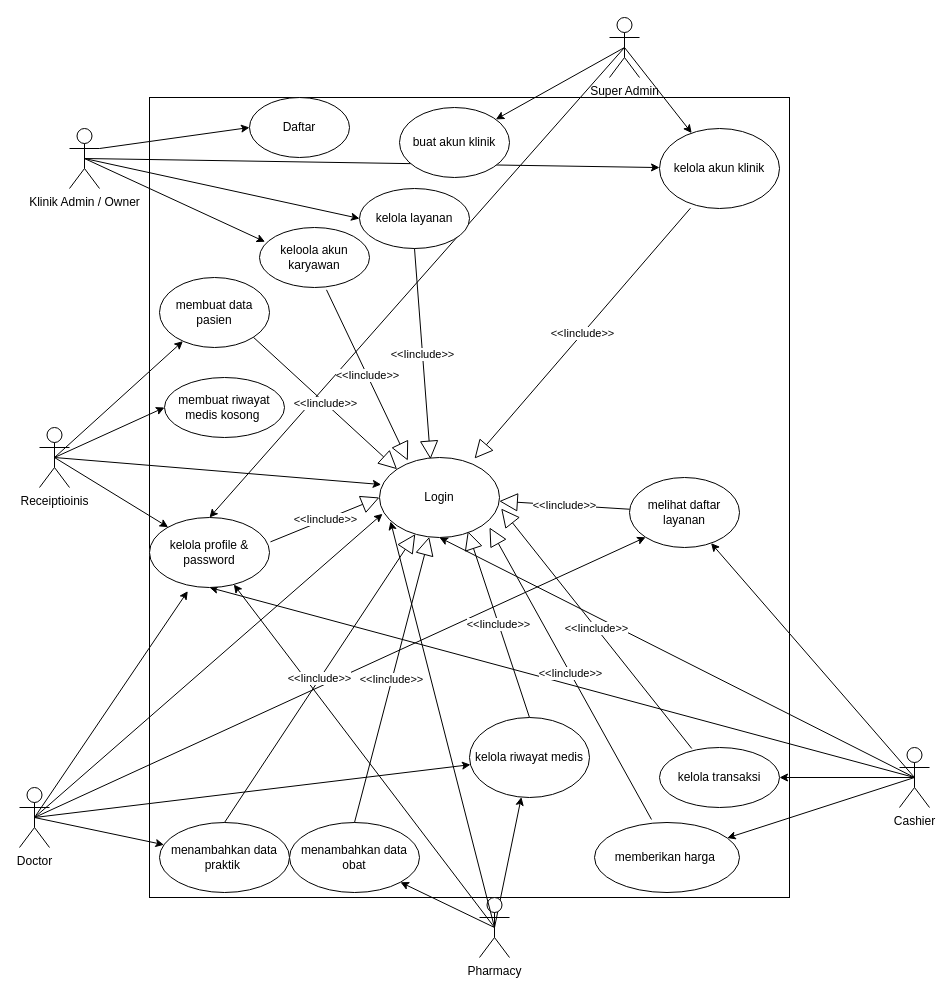
Above: page "use-case" (2 of 9) of klinik-use-case-diagram.drawio in rrahmatn/dfd_erd_uml (draw.io), before the change. Source tidied: cells renumbered, new cells numbered last; positions are measured from the earlier drawing's top-left corner, leaving out a move shared by most shapes. Both pictures are drawn from the tidied source at 100%, with x=0, y=0 at pixel (19, 17).
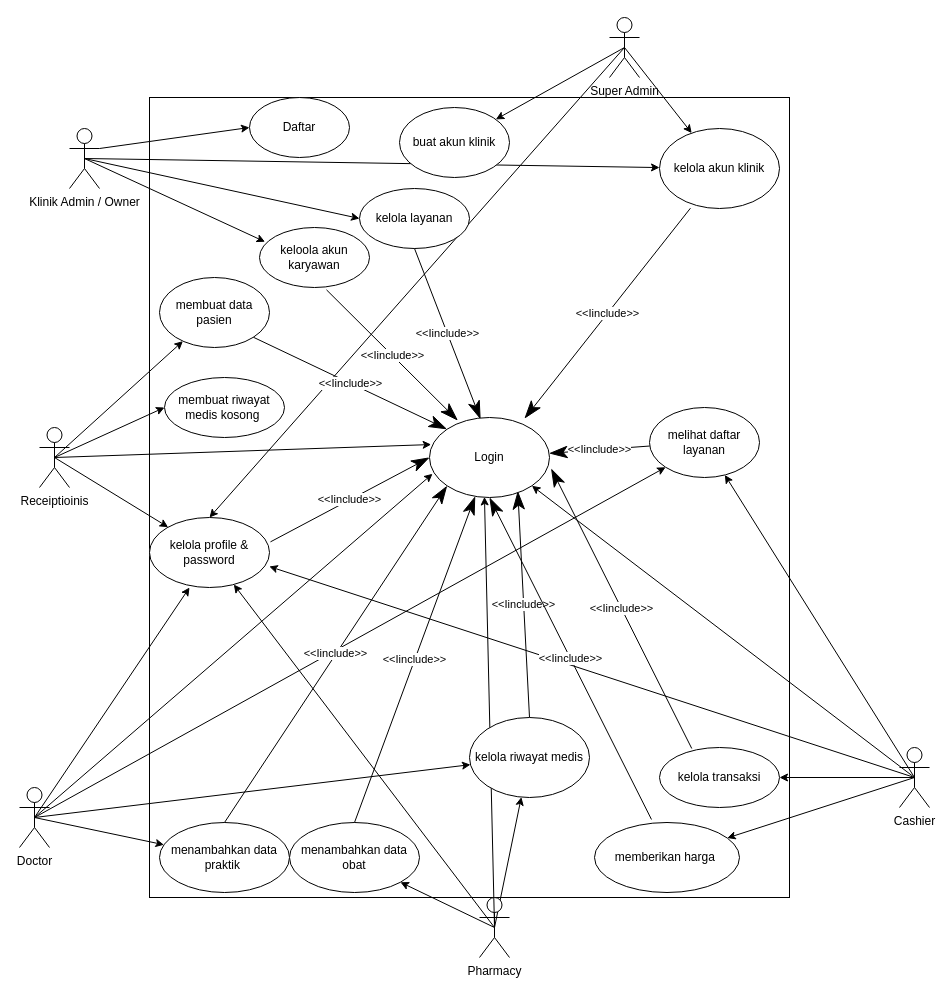
The same page after the edit.

The change refers to these unchanged cells:
```xml
<mxCell id="11" value="keloola akun karyawan" style="ellipse;whiteSpace=wrap;html=1;" parent="1" vertex="1">
  <mxGeometry x="240" y="210" width="110" height="60" as="geometry" />
</mxCell>
<mxCell id="16" value="Pharmacy" style="shape=umlActor;verticalLabelPosition=bottom;verticalAlign=top;html=1;outlineConnect=0;" parent="1" vertex="1">
  <mxGeometry x="460" y="880" width="30" height="60" as="geometry" />
</mxCell>
<mxCell id="26" value="Doctor" style="shape=umlActor;verticalLabelPosition=bottom;verticalAlign=top;html=1;outlineConnect=0;" parent="1" vertex="1">
  <mxGeometry y="770" width="30" height="60" as="geometry" />
</mxCell>
<mxCell id="31" value="Cashier" style="shape=umlActor;verticalLabelPosition=bottom;verticalAlign=top;html=1;" parent="1" vertex="1">
  <mxGeometry x="880" y="730" width="30" height="60" as="geometry" />
</mxCell>
<mxCell id="32" value="kelola layanan" style="ellipse;whiteSpace=wrap;html=1;" parent="1" vertex="1">
  <mxGeometry x="340" y="171" width="110" height="60" as="geometry" />
</mxCell>
<mxCell id="33" value="memberikan harga&amp;nbsp;" style="ellipse;whiteSpace=wrap;html=1;" parent="1" vertex="1">
  <mxGeometry x="575" y="805" width="145" height="70" as="geometry" />
</mxCell>
<mxCell id="37" value="kelola akun klinik" style="ellipse;whiteSpace=wrap;html=1;" parent="1" vertex="1">
  <mxGeometry x="640" y="111" width="120" height="80" as="geometry" />
</mxCell>
<mxCell id="41" value="kelola riwayat medis" style="ellipse;whiteSpace=wrap;html=1;" parent="1" vertex="1">
  <mxGeometry x="450" y="700" width="120" height="80" as="geometry" />
</mxCell>
<mxCell id="46" value="kelola profile &amp;amp; password" style="ellipse;whiteSpace=wrap;html=1;" parent="1" vertex="1">
  <mxGeometry x="130" y="500" width="120" height="70" as="geometry" />
</mxCell>
<mxCell id="51" value="menambahkan data praktik&amp;nbsp;" style="ellipse;whiteSpace=wrap;html=1;" parent="1" vertex="1">
  <mxGeometry x="140" y="805" width="130" height="70" as="geometry" />
</mxCell>
<mxCell id="53" value="kelola transaksi" style="ellipse;whiteSpace=wrap;html=1;" parent="1" vertex="1">
  <mxGeometry x="640" y="730" width="120" height="60" as="geometry" />
</mxCell>
<mxCell id="54" value="membuat data pasien" style="ellipse;whiteSpace=wrap;html=1;" parent="1" vertex="1">
  <mxGeometry x="140" y="260" width="110" height="70" as="geometry" />
</mxCell>
<mxCell id="57" value="menambahkan data obat" style="ellipse;whiteSpace=wrap;html=1;" parent="1" vertex="1">
  <mxGeometry x="270" y="805" width="130" height="70" as="geometry" />
</mxCell>
```

Diff of the diagram source:
```diff
@@
-    <mxCell id="22" style="rounded=0;jettySize=auto;html=1;exitX=0.5;exitY=0.5;exitDx=0;exitDy=0;exitPerimeter=0;entryX=0.092;entryY=0.8;entryDx=0;entryDy=0;entryPerimeter=0;" parent="1" edge="1" source="16" target="48">
+    <mxCell id="22" style="rounded=0;jettySize=auto;html=1;exitX=0.5;exitY=0.5;exitDx=0;exitDy=0;exitPerimeter=0;entryX=0.458;entryY=0.993;entryDx=0;entryDy=0;entryPerimeter=0;" parent="1" edge="1" source="16" target="48">
       <mxGeometry relative="1" as="geometry" />
     </mxCell>
@@
-    <mxCell id="27" style="rounded=0;jettySize=auto;html=1;exitX=0.5;exitY=0.5;exitDx=0;exitDy=0;exitPerimeter=0;entryX=0.5;entryY=1;entryDx=0;entryDy=0;" parent="1" edge="1" source="31" target="48">
+    <mxCell id="27" style="rounded=0;jettySize=auto;html=1;exitX=0.5;exitY=0.5;exitDx=0;exitDy=0;exitPerimeter=0;entryX=1;entryY=1;entryDx=0;entryDy=0;" parent="1" edge="1" source="31" target="48">
       <mxGeometry relative="1" as="geometry" />
     </mxCell>
-    <mxCell id="28" style="rounded=0;jettySize=auto;html=1;exitX=0.5;exitY=0.5;exitDx=0;exitDy=0;exitPerimeter=0;entryX=0.5;entryY=1;entryDx=0;entryDy=0;" parent="1" edge="1" source="31" target="46">
+    <mxCell id="28" style="rounded=0;jettySize=auto;html=1;exitX=0.5;exitY=0.5;exitDx=0;exitDy=0;exitPerimeter=0;entryX=0.998;entryY=0.7;entryDx=0;entryDy=0;entryPerimeter=0;" parent="1" edge="1" source="31" target="46">
       <mxGeometry relative="1" as="geometry" />
     </mxCell>
@@
-    <mxCell id="35" style="rounded=0;jettySize=auto;html=1;exitX=0.5;exitY=0.5;exitDx=0;exitDy=0;exitPerimeter=0;entryX=0.319;entryY=1.052;entryDx=0;entryDy=0;entryPerimeter=0;" parent="1" edge="1" source="26" target="46">
-      <mxGeometry relative="1" as="geometry" />
+    <mxCell id="35" style="rounded=0;jettySize=auto;html=1;exitX=0.5;exitY=0.5;exitDx=0;exitDy=0;exitPerimeter=0;" parent="1" edge="1" source="26">
+      <mxGeometry relative="1" as="geometry">
+        <mxPoint x="170" y="570" as="targetPoint" />
+      </mxGeometry>
     </mxCell>
@@
     <mxCell id="38" value="melihat daftar layanan" style="ellipse;whiteSpace=wrap;html=1;" parent="1" vertex="1">
-      <mxGeometry x="610" y="460" width="110" height="70" as="geometry" />
+      <mxGeometry x="630" y="390" width="110" height="70" as="geometry" />
     </mxCell>
-    <mxCell id="39" value="&amp;lt;&amp;lt;Iinclude&amp;gt;&amp;gt;" style="endArrow=block;endSize=16;endFill=0;html=1;rounded=0;exitX=1.008;exitY=0.348;exitDx=0;exitDy=0;exitPerimeter=0;entryX=0;entryY=0.5;entryDx=0;entryDy=0;" parent="1" edge="1" source="46" target="48">
+    <mxCell id="39" value="&amp;lt;&amp;lt;Iinclude&amp;gt;&amp;gt;" style="endArrow=classicThin;endSize=16;endFill=1;html=1;rounded=0;exitX=1.008;exitY=0.348;exitDx=0;exitDy=0;exitPerimeter=0;entryX=0;entryY=0.5;entryDx=0;entryDy=0;" parent="1" edge="1" source="46" target="48">
       <mxGeometry relative="1" as="geometry" />
     </mxCell>
-    <mxCell id="40" value="&amp;lt;&amp;lt;Iinclude&amp;gt;&amp;gt;" style="endArrow=block;endSize=16;endFill=0;html=1;rounded=0;entryX=0.736;entryY=0.921;entryDx=0;entryDy=0;entryPerimeter=0;exitX=0.5;exitY=0;exitDx=0;exitDy=0;" parent="1" edge="1" source="41" target="48">
+    <mxCell id="40" value="&amp;lt;&amp;lt;Iinclude&amp;gt;&amp;gt;" style="endArrow=classicThin;endSize=16;endFill=1;html=1;rounded=0;entryX=0.736;entryY=0.921;entryDx=0;entryDy=0;entryPerimeter=0;exitX=0.5;exitY=0;exitDx=0;exitDy=0;" parent="1" edge="1" source="41" target="48">
       <mxGeometry relative="1" as="geometry" />
     </mxCell>
@@
-    <mxCell id="42" value="&amp;lt;&amp;lt;Iinclude&amp;gt;&amp;gt;" style="endArrow=block;endSize=16;endFill=0;html=1;rounded=0;exitX=0.393;exitY=-0.043;exitDx=0;exitDy=0;exitPerimeter=0;" parent="1" edge="1" source="33">
-      <mxGeometry relative="1" as="geometry">
-        <mxPoint x="470" y="510" as="targetPoint" />
-      </mxGeometry>
+    <mxCell id="42" value="&amp;lt;&amp;lt;Iinclude&amp;gt;&amp;gt;" style="endArrow=classicThin;endSize=16;endFill=1;html=1;rounded=0;exitX=0.393;exitY=-0.043;exitDx=0;exitDy=0;exitPerimeter=0;entryX=0.5;entryY=1;entryDx=0;entryDy=0;" parent="1" edge="1" source="33" target="48">
+      <mxGeometry relative="1" as="geometry" />
     </mxCell>
-    <mxCell id="43" value="&amp;lt;&amp;lt;Iinclude&amp;gt;&amp;gt;" style="endArrow=block;endSize=16;endFill=0;html=1;rounded=0;exitX=0.258;exitY=0.996;exitDx=0;exitDy=0;exitPerimeter=0;entryX=0.792;entryY=0.013;entryDx=0;entryDy=0;entryPerimeter=0;" parent="1" edge="1" source="37" target="48">
+    <mxCell id="43" value="&amp;lt;&amp;lt;Iinclude&amp;gt;&amp;gt;" style="endArrow=classicThin;endSize=16;endFill=1;html=1;rounded=0;exitX=0.258;exitY=0.996;exitDx=0;exitDy=0;exitPerimeter=0;entryX=0.792;entryY=0.013;entryDx=0;entryDy=0;entryPerimeter=0;" parent="1" edge="1" source="37" target="48">
       <mxGeometry relative="1" as="geometry" />
     </mxCell>
@@
-    <mxCell id="45" value="&amp;lt;&amp;lt;Iinclude&amp;gt;&amp;gt;" style="endArrow=block;endSize=16;endFill=0;html=1;rounded=0;exitX=0.5;exitY=1;exitDx=0;exitDy=0;entryX=0.425;entryY=0.021;entryDx=0;entryDy=0;entryPerimeter=0;" parent="1" edge="1" source="32" target="48">
+    <mxCell id="45" value="&amp;lt;&amp;lt;Iinclude&amp;gt;&amp;gt;" style="endArrow=classicThin;endSize=16;endFill=1;html=1;rounded=0;exitX=0.5;exitY=1;exitDx=0;exitDy=0;entryX=0.425;entryY=0.021;entryDx=0;entryDy=0;entryPerimeter=0;" parent="1" edge="1" source="32" target="48">
       <mxGeometry relative="1" as="geometry" />
     </mxCell>
@@
     <mxCell id="48" value="Login" style="ellipse;whiteSpace=wrap;html=1;" parent="1" vertex="1">
-      <mxGeometry x="360" y="440" width="120" height="80" as="geometry" />
+      <mxGeometry x="410" y="400" width="120" height="80" as="geometry" />
     </mxCell>
-    <mxCell id="49" value="&amp;lt;&amp;lt;Iinclude&amp;gt;&amp;gt;" style="endArrow=block;endSize=16;endFill=0;html=1;rounded=0;" parent="1" edge="1" source="38" target="48">
+    <mxCell id="49" value="&amp;lt;&amp;lt;Iinclude&amp;gt;&amp;gt;" style="endArrow=classicThin;endSize=16;endFill=1;html=1;rounded=0;" parent="1" edge="1" source="38" target="48">
       <mxGeometry relative="1" as="geometry" />
     </mxCell>
-    <mxCell id="50" value="&amp;lt;&amp;lt;Iinclude&amp;gt;&amp;gt;" style="endArrow=block;endSize=16;endFill=0;html=1;rounded=0;entryX=0.236;entryY=0.038;entryDx=0;entryDy=0;entryPerimeter=0;exitX=0.609;exitY=1.039;exitDx=0;exitDy=0;exitPerimeter=0;" parent="1" edge="1" source="11" target="48">
+    <mxCell id="50" value="&amp;lt;&amp;lt;Iinclude&amp;gt;&amp;gt;" style="endArrow=classicThin;endSize=16;endFill=1;html=1;rounded=0;entryX=0.236;entryY=0.038;entryDx=0;entryDy=0;entryPerimeter=0;exitX=0.609;exitY=1.039;exitDx=0;exitDy=0;exitPerimeter=0;" parent="1" edge="1" source="11" target="48">
       <mxGeometry relative="1" as="geometry" />
     </mxCell>
@@
-    <mxCell id="52" value="&amp;lt;&amp;lt;Iinclude&amp;gt;&amp;gt;" style="endArrow=block;endSize=16;endFill=0;html=1;rounded=0;exitX=0.5;exitY=0;exitDx=0;exitDy=0;" parent="1" edge="1" source="51" target="48">
+    <mxCell id="52" value="&amp;lt;&amp;lt;Iinclude&amp;gt;&amp;gt;" style="endArrow=classicThin;endSize=16;endFill=1;html=1;rounded=0;exitX=0.5;exitY=0;exitDx=0;exitDy=0;entryX=0;entryY=1;entryDx=0;entryDy=0;" parent="1" edge="1" source="51" target="48">
       <mxGeometry relative="1" as="geometry" />
     </mxCell>
@@
-    <mxCell id="55" value="&amp;lt;&amp;lt;Iinclude&amp;gt;&amp;gt;" style="endArrow=block;endSize=16;endFill=0;html=1;rounded=0;entryX=0;entryY=0;entryDx=0;entryDy=0;exitX=1;exitY=1;exitDx=0;exitDy=0;" parent="1" edge="1" source="54" target="48">
+    <mxCell id="55" value="&amp;lt;&amp;lt;Iinclude&amp;gt;&amp;gt;" style="endArrow=classicThin;endSize=16;endFill=1;html=1;rounded=0;entryX=0;entryY=0;entryDx=0;entryDy=0;exitX=1;exitY=1;exitDx=0;exitDy=0;" parent="1" edge="1" source="54" target="48">
       <mxGeometry relative="1" as="geometry" />
     </mxCell>
@@
-    <mxCell id="58" value="&amp;lt;&amp;lt;Iinclude&amp;gt;&amp;gt;" style="endArrow=block;endSize=16;endFill=0;html=1;rounded=0;exitX=0.5;exitY=0;exitDx=0;exitDy=0;" parent="1" edge="1" source="57" target="48">
+    <mxCell id="58" value="&amp;lt;&amp;lt;Iinclude&amp;gt;&amp;gt;" style="endArrow=classicThin;endSize=16;endFill=1;html=1;rounded=0;exitX=0.5;exitY=0;exitDx=0;exitDy=0;" parent="1" edge="1" source="57" target="48">
       <mxGeometry relative="1" as="geometry" />
     </mxCell>
-    <mxCell id="59" value="&amp;lt;&amp;lt;Iinclude&amp;gt;&amp;gt;" style="endArrow=block;endSize=16;endFill=0;html=1;rounded=0;exitX=0.269;exitY=0.017;exitDx=0;exitDy=0;exitPerimeter=0;entryX=1.014;entryY=0.638;entryDx=0;entryDy=0;entryPerimeter=0;" parent="1" edge="1" source="53" target="48">
+    <mxCell id="59" value="&amp;lt;&amp;lt;Iinclude&amp;gt;&amp;gt;" style="endArrow=classicThin;endSize=16;endFill=1;html=1;rounded=0;exitX=0.269;exitY=0.017;exitDx=0;exitDy=0;exitPerimeter=0;entryX=1.014;entryY=0.638;entryDx=0;entryDy=0;entryPerimeter=0;" parent="1" edge="1" source="53" target="48">
       <mxGeometry relative="1" as="geometry" />
     </mxCell>
```
